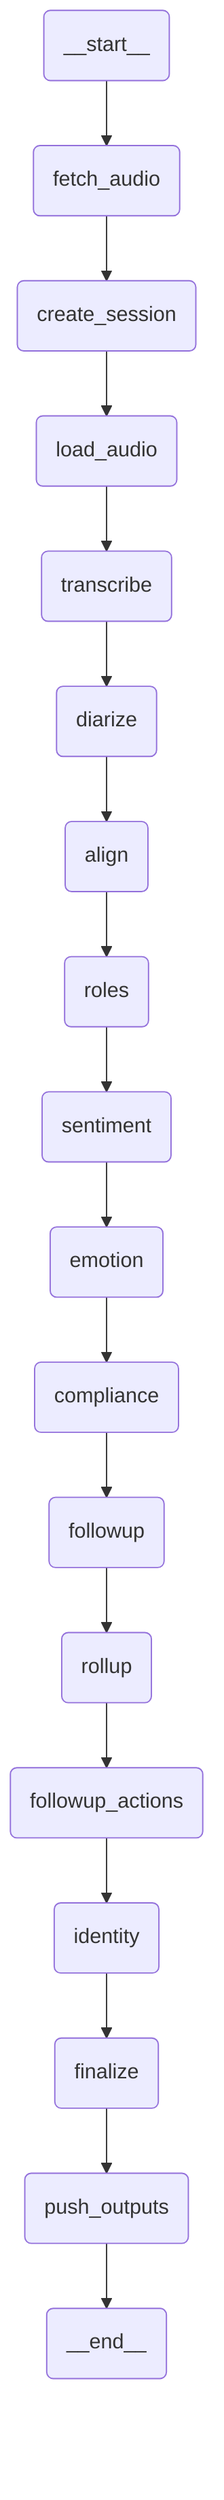
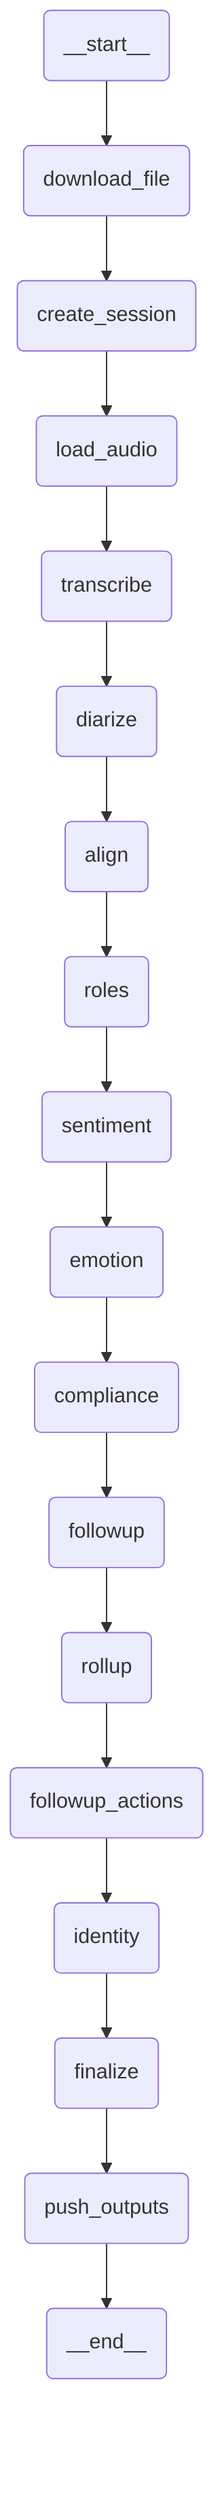
%% AUTO-GENERATED by `uipath init`. Do not edit manually.
%% Regenerated on every `uipath init`.
flowchart TB
  __start__(__start__)
-   fetch_audio(fetch_audio)
+   download_file(download_file)
  create_session(create_session)
  load_audio(load_audio)
  transcribe(transcribe)
  diarize(diarize)
  align(align)
  roles(roles)
  sentiment(sentiment)
  emotion(emotion)
  compliance(compliance)
  followup(followup)
  rollup(rollup)
  followup_actions(followup_actions)
  identity(identity)
  finalize(finalize)
  push_outputs(push_outputs)
  __end__(__end__)
-   __start__ --> fetch_audio
+   __start__ --> download_file
  align --> roles
  compliance --> followup
  create_session --> load_audio
  diarize --> align
+   download_file --> create_session
  emotion --> compliance
-   fetch_audio --> create_session
  finalize --> push_outputs
  followup --> rollup
  followup_actions --> identity
  identity --> finalize
  load_audio --> transcribe
  roles --> sentiment
  rollup --> followup_actions
  sentiment --> emotion
  transcribe --> diarize
  push_outputs --> __end__
